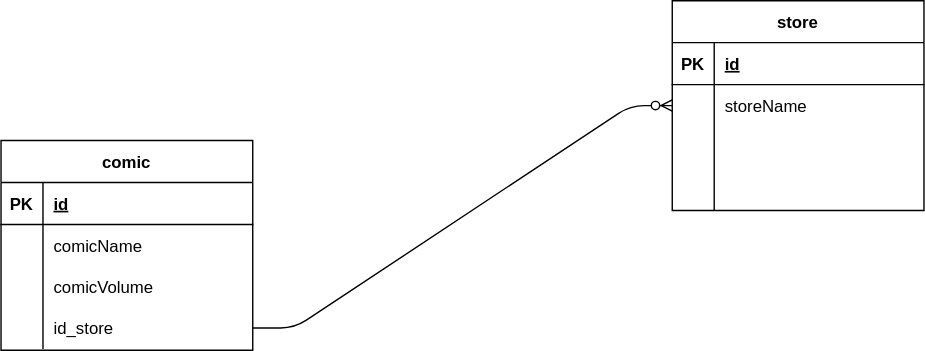
This is slack.drawio.svg from Ichihara-Soma/MVP2, a draw.io export, as it was before one commit. Source tidied: cells renumbered, new cells last; positions are measured from the earlier drawing's top-left corner, leaving out a move shared by most shapes.
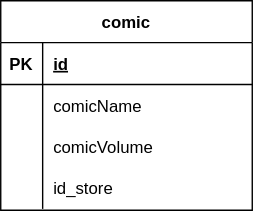
Later version of the same file.

Commit message:
fix: deleteの部分と図を少し

Change to the diagram source:
```diff
@@ -41,47 +41,5 @@
     <mxCell id="14" value="id_store" style="shape=partialRectangle;fillColor=none;top=0;left=0;bottom=0;right=0;align=left;spacingLeft=6;overflow=hidden;" parent="12" vertex="1">
       <mxGeometry x="30" width="150" height="30" as="geometry" />
     </mxCell>
-    <mxCell id="15" value="store" style="shape=table;startSize=30;rowLines=0;fontStyle=1;align=center;" parent="1" vertex="1">
-      <mxGeometry x="480" width="180" height="150" as="geometry" />
-    </mxCell>
-    <mxCell id="16" style="shape=tableRow;horizontal=0;startSize=0;swimlaneHead=0;swimlaneBody=0;fillColor=none;top=0;left=0;right=0;bottom=1;" parent="15" vertex="1">
-      <mxGeometry y="30" width="180" height="30" as="geometry" />
-    </mxCell>
-    <mxCell id="17" value="PK" style="shape=partialRectangle;fillColor=none;top=0;left=0;bottom=0;right=0;fontStyle=1;overflow=hidden;" parent="16" vertex="1">
-      <mxGeometry width="30" height="30" as="geometry" />
-    </mxCell>
-    <mxCell id="18" value="id" style="shape=partialRectangle;fillColor=none;top=0;left=0;bottom=0;right=0;align=left;spacingLeft=6;fontStyle=5;overflow=hidden;" parent="16" vertex="1">
-      <mxGeometry x="30" width="150" height="30" as="geometry" />
-    </mxCell>
-    <mxCell id="19" style="shape=tableRow;horizontal=0;startSize=0;swimlaneHead=0;swimlaneBody=0;fillColor=none;points=[[0,0.5],[1,0.5]];portConstraint=eastwest;top=0;left=0;right=0;bottom=0;" parent="15" vertex="1">
-      <mxGeometry y="60" width="180" height="30" as="geometry" />
-    </mxCell>
-    <mxCell id="20" style="shape=partialRectangle;fillColor=none;top=0;left=0;bottom=0;right=0;overflow=hidden;" parent="19" vertex="1">
-      <mxGeometry width="30" height="30" as="geometry" />
-    </mxCell>
-    <mxCell id="21" value="storeName" style="shape=partialRectangle;fillColor=none;top=0;left=0;bottom=0;right=0;align=left;spacingLeft=6;overflow=hidden;" parent="19" vertex="1">
-      <mxGeometry x="30" width="150" height="30" as="geometry" />
-    </mxCell>
-    <mxCell id="22" style="shape=tableRow;horizontal=0;startSize=0;swimlaneHead=0;swimlaneBody=0;fillColor=none;top=0;left=0;right=0;bottom=0;" parent="15" vertex="1">
-      <mxGeometry y="90" width="180" height="30" as="geometry" />
-    </mxCell>
-    <mxCell id="23" style="shape=partialRectangle;fillColor=none;top=0;left=0;bottom=0;right=0;overflow=hidden;" parent="22" vertex="1">
-      <mxGeometry width="30" height="30" as="geometry" />
-    </mxCell>
-    <mxCell id="24" style="shape=partialRectangle;fillColor=none;top=0;left=0;bottom=0;right=0;align=left;spacingLeft=6;overflow=hidden;" parent="22" vertex="1">
-      <mxGeometry x="30" width="150" height="30" as="geometry" />
-    </mxCell>
-    <mxCell id="25" style="shape=tableRow;horizontal=0;startSize=0;swimlaneHead=0;swimlaneBody=0;fillColor=none;top=0;left=0;right=0;bottom=0;" parent="15" vertex="1">
-      <mxGeometry y="120" width="180" height="30" as="geometry" />
-    </mxCell>
-    <mxCell id="26" style="shape=partialRectangle;fillColor=none;top=0;left=0;bottom=0;right=0;overflow=hidden;" parent="25" vertex="1">
-      <mxGeometry width="30" height="30" as="geometry" />
-    </mxCell>
-    <mxCell id="27" style="shape=partialRectangle;fillColor=none;top=0;left=0;bottom=0;right=0;align=left;spacingLeft=6;overflow=hidden;" parent="25" vertex="1">
-      <mxGeometry x="30" width="150" height="30" as="geometry" />
-    </mxCell>
-    <mxCell id="28" style="edgeStyle=entityRelationEdgeStyle;fontSize=12;html=1;endArrow=ERzeroToMany;endFill=1;entryX=0;entryY=0.5;entryDx=0;entryDy=0;exitX=1;exitY=0.5;exitDx=0;exitDy=0;" parent="1" edge="1" source="12" target="19">
-      <mxGeometry relative="1" as="geometry" />
-    </mxCell>
   </root>
 </mxGraphModel>
```
